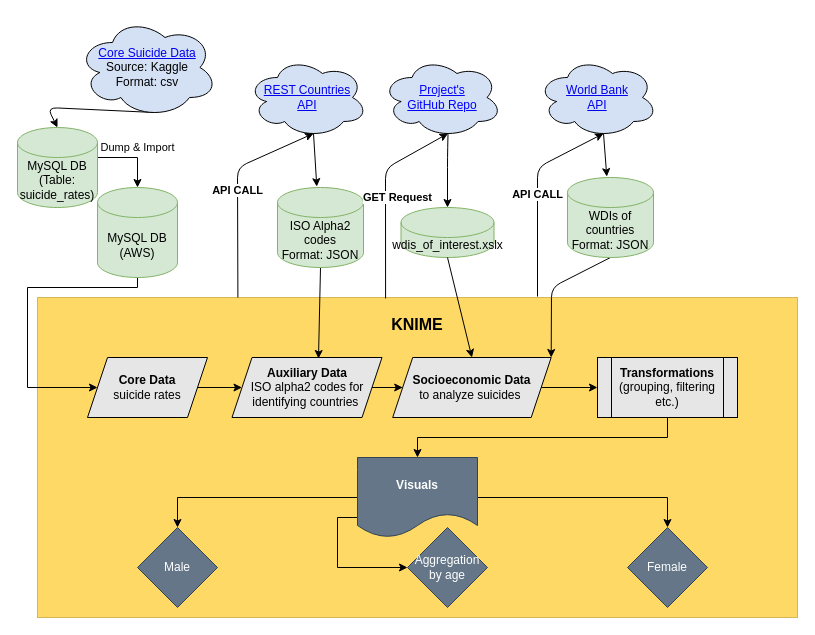
The draw.io diagram visuals/gdfo.drawio in dgulacsy/DE2_Term_Project, before the edit. Source tidied: cells renumbered, new cells numbered last; positions are measured from the earlier drawing's top-left corner, leaving out a move shared by most shapes. Both pictures are drawn from the tidied source at 100%, with x=0, y=0 at pixel (17, 17).
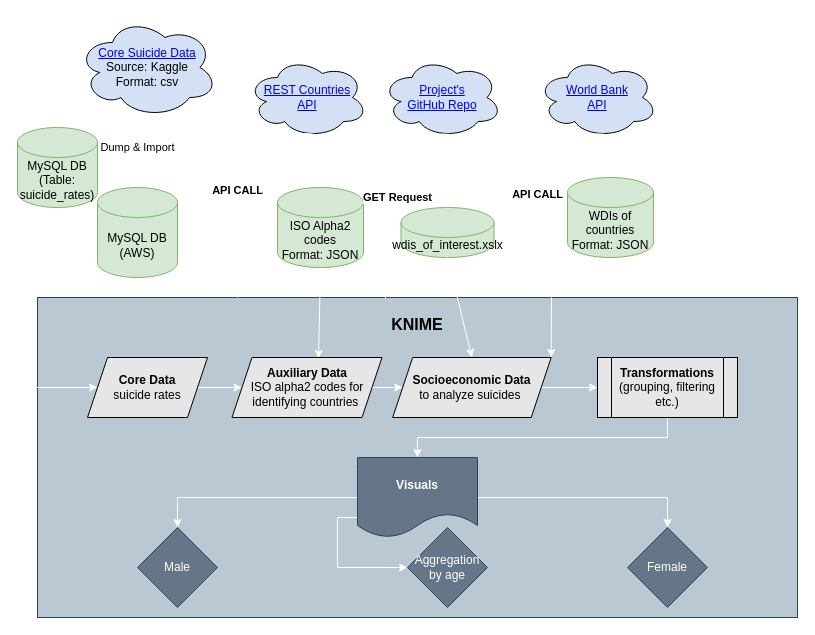
The same page after the edit.

Unchanged cells that the change refers to:
```xml
<mxCell id="4" value="MySQL DB&lt;br&gt;(Table: suicide_rates)" style="shape=cylinder3;whiteSpace=wrap;html=1;boundedLbl=1;backgroundOutline=1;size=15;fillColor=#d5e8d4;strokeColor=#82b366;" parent="1" vertex="1">
  <mxGeometry y="110" width="80" height="80" as="geometry" />
</mxCell>
<mxCell id="6" value="&lt;a href=&quot;data:page/id,C5RBs43oDa-KdzZeNtuy&quot;&gt;REST Countries&lt;br&gt;API&lt;/a&gt;" style="ellipse;shape=cloud;whiteSpace=wrap;html=1;fillColor=#D4E1F5;fontColor=#0000FF;" parent="1" vertex="1">
  <mxGeometry x="230" y="40" width="120" height="80" as="geometry" />
</mxCell>
<mxCell id="9" value="ISO Alpha2 codes&lt;br&gt;Format: JSON" style="shape=cylinder3;whiteSpace=wrap;html=1;boundedLbl=1;backgroundOutline=1;size=15;fillColor=#d5e8d4;strokeColor=#82b366;" parent="1" vertex="1">
  <mxGeometry x="260" y="170" width="86" height="80" as="geometry" />
</mxCell>
<mxCell id="12" value="&lt;b&gt;Core Data&lt;/b&gt;&lt;br&gt;suicide rates" style="shape=parallelogram;perimeter=parallelogramPerimeter;whiteSpace=wrap;html=1;fixedSize=1;labelBackgroundColor=none;fillColor=#E6E6E6;" parent="1" vertex="1">
  <mxGeometry x="70" y="340" width="120" height="60" as="geometry" />
</mxCell>
<mxCell id="14" value="&lt;b&gt;Auxiliary Data&lt;br&gt;&lt;/b&gt;ISO alpha2 codes for identifying countries&amp;nbsp;" style="shape=parallelogram;perimeter=parallelogramPerimeter;whiteSpace=wrap;html=1;fixedSize=1;labelBackgroundColor=none;fillColor=#E6E6E6;" parent="1" vertex="1">
  <mxGeometry x="214.5" y="340" width="150" height="60" as="geometry" />
</mxCell>
<mxCell id="16" value="&lt;b&gt;Socioeconomic Data&lt;br&gt;&lt;/b&gt;&lt;span&gt;to analyze suicides&amp;nbsp;&lt;/span&gt;" style="shape=parallelogram;perimeter=parallelogramPerimeter;whiteSpace=wrap;html=1;fixedSize=1;labelBackgroundColor=none;fillColor=#E6E6E6;" parent="1" vertex="1">
  <mxGeometry x="375.2" y="340" width="158.5" height="60" as="geometry" />
</mxCell>
<mxCell id="17" value="&lt;a href=&quot;https://datahelpdesk.worldbank.org/knowledgebase/articles/889392-about-the-indicators-api-documentation&quot;&gt;World Bank&lt;br&gt;API&lt;/a&gt;" style="ellipse;shape=cloud;whiteSpace=wrap;html=1;fillColor=#D4E1F5;fontColor=#0000FF;" parent="1" vertex="1">
  <mxGeometry x="520" y="40" width="120" height="80" as="geometry" />
</mxCell>
<mxCell id="20" value="WDIs of countries&lt;br&gt;Format: JSON" style="shape=cylinder3;whiteSpace=wrap;html=1;boundedLbl=1;backgroundOutline=1;size=15;fillColor=#d5e8d4;strokeColor=#82b366;" parent="1" vertex="1">
  <mxGeometry x="550" y="160" width="86" height="80" as="geometry" />
</mxCell>
<mxCell id="22" value="&lt;a href=&quot;https://www.kaggle.com/russellyates88/suicide-rates-overview-1985-to-2016&quot;&gt;Core Suicide Data&lt;br&gt;&lt;/a&gt;Source: Kaggle&lt;br&gt;Format: csv" style="ellipse;shape=cloud;whiteSpace=wrap;html=1;fillColor=#D4E1F5;" parent="1" vertex="1">
  <mxGeometry x="60" width="140" height="100" as="geometry" />
</mxCell>
<mxCell id="24" value="&lt;font color=&quot;#000000&quot;&gt;&lt;b&gt;Transformations&lt;/b&gt;&lt;br&gt;(grouping, filtering etc.)&lt;br&gt;&lt;/font&gt;" style="shape=process;whiteSpace=wrap;html=1;backgroundOutline=1;labelBackgroundColor=none;fontColor=#E6E6E6;fillColor=#E6E6E6;" parent="1" vertex="1">
  <mxGeometry x="580" y="340" width="140" height="60" as="geometry" />
</mxCell>
<mxCell id="26" value="MySQL DB&lt;br&gt;(AWS)" style="shape=cylinder3;whiteSpace=wrap;html=1;boundedLbl=1;backgroundOutline=1;size=15;fillColor=#d5e8d4;strokeColor=#82b366;" parent="1" vertex="1">
  <mxGeometry x="80" y="170" width="80" height="90" as="geometry" />
</mxCell>
<mxCell id="30" value="&lt;b&gt;Visuals&lt;/b&gt;" style="shape=document;whiteSpace=wrap;html=1;boundedLbl=1;fillColor=#647687;strokeColor=#314354;fontColor=#ffffff;" parent="1" vertex="1">
  <mxGeometry x="340" y="440" width="120" height="80" as="geometry" />
</mxCell>
<mxCell id="31" value="Male" style="rhombus;whiteSpace=wrap;html=1;fillColor=#647687;strokeColor=#314354;fontColor=#ffffff;" parent="1" vertex="1">
  <mxGeometry x="120" y="510" width="80" height="80" as="geometry" />
</mxCell>
<mxCell id="32" value="Aggregation&lt;br&gt;by age" style="rhombus;whiteSpace=wrap;html=1;fillColor=#647687;strokeColor=#314354;fontColor=#ffffff;" parent="1" vertex="1">
  <mxGeometry x="390" y="510" width="80" height="80" as="geometry" />
</mxCell>
<mxCell id="33" value="Female" style="rhombus;whiteSpace=wrap;html=1;fillColor=#647687;strokeColor=#314354;fontColor=#ffffff;" parent="1" vertex="1">
  <mxGeometry x="610" y="510" width="80" height="80" as="geometry" />
</mxCell>
<mxCell id="34" value="&lt;u&gt;&lt;font&gt;Project's&lt;br&gt;GitHub Repo&lt;/font&gt;&lt;/u&gt;" style="ellipse;shape=cloud;whiteSpace=wrap;html=1;fillColor=#D4E1F5;fontColor=#0000FF;" parent="1" vertex="1">
  <mxGeometry x="364.5" y="40" width="120" height="80" as="geometry" />
</mxCell>
<mxCell id="35" value="wdis_of_interest.xslx" style="shape=cylinder3;whiteSpace=wrap;html=1;boundedLbl=1;backgroundOutline=1;size=15;fillColor=#d5e8d4;strokeColor=#82b366;" parent="1" vertex="1">
  <mxGeometry x="383.5" y="190" width="93" height="50" as="geometry" />
</mxCell>
```

Diff of the diagram source:
```diff
@@
-    <mxCell id="2" value="&lt;h2 style=&quot;font-size: 16px ; line-height: 100%&quot;&gt;KNIME&lt;/h2&gt;" style="rounded=0;whiteSpace=wrap;html=1;align=center;horizontal=1;verticalAlign=top;labelBackgroundColor=none;strokeColor=#d6b656;fillColor=#FFD966;" parent="1" vertex="1">
+    <mxCell id="2" value="&lt;h2 style=&quot;font-size: 16px ; line-height: 100%&quot;&gt;KNIME&lt;/h2&gt;" style="rounded=0;whiteSpace=wrap;html=1;align=center;horizontal=1;verticalAlign=top;labelBackgroundColor=none;strokeColor=#23445d;fillColor=#bac8d3;" parent="1" vertex="1">
       <mxGeometry x="20" y="280" width="760" height="320" as="geometry" />
     </mxCell>
-    <mxCell id="3" value="Dump &amp;amp; Import" style="edgeStyle=orthogonalEdgeStyle;rounded=0;jettySize=auto;html=1;entryX=0.5;entryY=0;entryDx=0;entryDy=0;entryPerimeter=0;" parent="1" edge="1" source="4" target="26">
+    <mxCell id="3" value="Dump &amp;amp; Import" style="edgeStyle=orthogonalEdgeStyle;rounded=0;jettySize=auto;html=1;entryX=0.5;entryY=0;entryDx=0;entryDy=0;entryPerimeter=0;strokeColor=#FFFFFF;" parent="1" edge="1" source="4" target="26">
       <mxGeometry x="0.14" y="-10" relative="1" as="geometry">
         <Array as="points">
           <mxPoint x="120" y="140" />
         </Array>
         <mxPoint x="10" y="-10" as="offset" />
       </mxGeometry>
     </mxCell>
@@
-    <mxCell id="5" style="endArrow=classic;html=1;entryX=0.5;entryY=0;entryDx=0;entryDy=0;entryPerimeter=0;exitX=0.55;exitY=0.95;exitDx=0;exitDy=0;exitPerimeter=0;" parent="1" edge="1" source="22" target="4">
+    <mxCell id="5" style="endArrow=classic;html=1;entryX=0.5;entryY=0;entryDx=0;entryDy=0;entryPerimeter=0;exitX=0.55;exitY=0.95;exitDx=0;exitDy=0;exitPerimeter=0;strokeColor=#FFFFFF;" parent="1" edge="1" source="22" target="4">
       <mxGeometry relative="1" as="geometry">
         <Array as="points">
           <mxPoint x="30" y="90" />
         </Array>
       </mxGeometry>
     </mxCell>
@@
-    <mxCell id="7" style="endArrow=classic;html=1;exitX=0.5;exitY=1;exitDx=0;exitDy=0;exitPerimeter=0;" parent="1" edge="1" source="9">
+    <mxCell id="7" style="endArrow=classic;html=1;exitX=0.5;exitY=1;exitDx=0;exitDy=0;exitPerimeter=0;strokeColor=#FFFFFF;" parent="1" edge="1" source="9">
       <mxGeometry relative="1" as="geometry">
         <mxPoint x="301" y="341" as="targetPoint" />
       </mxGeometry>
     </mxCell>
-    <mxCell id="8" value="&lt;b&gt;API CALL&lt;/b&gt;" style="endArrow=classic;html=1;entryX=0.55;entryY=0.95;entryDx=0;entryDy=0;entryPerimeter=0;exitX=0.211;exitY=0;exitDx=0;exitDy=0;exitPerimeter=0;" parent="1" edge="1" target="6">
+    <mxCell id="8" value="&lt;b&gt;API CALL&lt;/b&gt;" style="endArrow=classic;html=1;entryX=0.55;entryY=0.95;entryDx=0;entryDy=0;entryPerimeter=0;exitX=0.211;exitY=0;exitDx=0;exitDy=0;exitPerimeter=0;strokeColor=#FFFFFF;" parent="1" edge="1" target="6">
       <mxGeometry relative="1" as="geometry">
         <mxPoint x="220.4" y="280" as="sourcePoint" />
         <Array as="points">
           <mxPoint x="220" y="150" />
         </Array>
       </mxGeometry>
     </mxCell>
@@
-    <mxCell id="10" style="endArrow=classic;html=1;exitX=0.55;exitY=0.95;exitDx=0;exitDy=0;exitPerimeter=0;entryX=0.457;entryY=-0.011;entryDx=0;entryDy=0;entryPerimeter=0;" parent="1" edge="1" source="6" target="9">
+    <mxCell id="10" style="endArrow=classic;html=1;exitX=0.55;exitY=0.95;exitDx=0;exitDy=0;exitPerimeter=0;entryX=0.457;entryY=-0.011;entryDx=0;entryDy=0;entryPerimeter=0;strokeColor=#FFFFFF;" parent="1" edge="1" source="6" target="9">
       <mxGeometry relative="1" as="geometry" />
     </mxCell>
-    <mxCell id="11" style="edgeStyle=orthogonalEdgeStyle;rounded=0;jettySize=auto;html=1;" parent="1" edge="1" source="12" target="14">
+    <mxCell id="11" style="edgeStyle=orthogonalEdgeStyle;rounded=0;jettySize=auto;html=1;strokeColor=#FFFFFF;" parent="1" edge="1" source="12" target="14">
       <mxGeometry relative="1" as="geometry" />
     </mxCell>
@@
-    <mxCell id="13" style="edgeStyle=orthogonalEdgeStyle;rounded=0;jettySize=auto;html=1;" parent="1" edge="1" source="14" target="16">
+    <mxCell id="13" style="edgeStyle=orthogonalEdgeStyle;rounded=0;jettySize=auto;html=1;strokeColor=#FFFFFF;" parent="1" edge="1" source="14" target="16">
       <mxGeometry relative="1" as="geometry" />
     </mxCell>
@@
-    <mxCell id="15" style="edgeStyle=orthogonalEdgeStyle;rounded=0;jettySize=auto;html=1;fontColor=#E6E6E6;" parent="1" edge="1" source="16" target="24">
+    <mxCell id="15" style="edgeStyle=orthogonalEdgeStyle;rounded=0;jettySize=auto;html=1;fontColor=#E6E6E6;strokeColor=#FFFFFF;" parent="1" edge="1" source="16" target="24">
       <mxGeometry relative="1" as="geometry" />
     </mxCell>
@@
-    <mxCell id="18" style="endArrow=classic;html=1;exitX=0.5;exitY=1;exitDx=0;exitDy=0;exitPerimeter=0;entryX=1;entryY=0;entryDx=0;entryDy=0;" parent="1" edge="1" source="20" target="16">
+    <mxCell id="18" style="endArrow=classic;html=1;exitX=0.5;exitY=1;exitDx=0;exitDy=0;exitPerimeter=0;entryX=1;entryY=0;entryDx=0;entryDy=0;strokeColor=#FFFFFF;" parent="1" edge="1" source="20" target="16">
       <mxGeometry relative="1" as="geometry">
         <Array as="points">
           <mxPoint x="534" y="270" />
         </Array>
       </mxGeometry>
     </mxCell>
-    <mxCell id="19" value="&lt;b&gt;API CALL&lt;/b&gt;" style="endArrow=classic;html=1;entryX=0.55;entryY=0.95;entryDx=0;entryDy=0;entryPerimeter=0;" parent="1" edge="1" target="17">
+    <mxCell id="19" value="&lt;b&gt;API CALL&lt;/b&gt;" style="endArrow=classic;html=1;entryX=0.55;entryY=0.95;entryDx=0;entryDy=0;entryPerimeter=0;strokeColor=#FFFFFF;" parent="1" edge="1" target="17">
       <mxGeometry relative="1" as="geometry">
         <mxPoint x="520" y="279" as="sourcePoint" />
         <Array as="points">
           <mxPoint x="520" y="150" />
         </Array>
       </mxGeometry>
     </mxCell>
@@
-    <mxCell id="21" style="endArrow=classic;html=1;exitX=0.55;exitY=0.95;exitDx=0;exitDy=0;exitPerimeter=0;entryX=0.457;entryY=-0.011;entryDx=0;entryDy=0;entryPerimeter=0;" parent="1" edge="1" source="17" target="20">
+    <mxCell id="21" style="endArrow=classic;html=1;exitX=0.55;exitY=0.95;exitDx=0;exitDy=0;exitPerimeter=0;entryX=0.457;entryY=-0.011;entryDx=0;entryDy=0;entryPerimeter=0;strokeColor=#FFFFFF;" parent="1" edge="1" source="17" target="20">
       <mxGeometry relative="1" as="geometry" />
     </mxCell>
@@
-    <mxCell id="23" style="edgeStyle=orthogonalEdgeStyle;rounded=0;jettySize=auto;html=1;exitX=0.5;exitY=1;exitDx=0;exitDy=0;entryX=0.5;entryY=0;entryDx=0;entryDy=0;" parent="1" edge="1" source="24" target="30">
+    <mxCell id="23" style="edgeStyle=orthogonalEdgeStyle;rounded=0;jettySize=auto;html=1;exitX=0.5;exitY=1;exitDx=0;exitDy=0;entryX=0.5;entryY=0;entryDx=0;entryDy=0;strokeColor=#FFFFFF;" parent="1" edge="1" source="24" target="30">
       <mxGeometry relative="1" as="geometry" />
     </mxCell>
@@
-    <mxCell id="25" style="edgeStyle=orthogonalEdgeStyle;rounded=0;jettySize=auto;html=1;exitX=0.5;exitY=1;exitDx=0;exitDy=0;exitPerimeter=0;entryX=0;entryY=0.5;entryDx=0;entryDy=0;" parent="1" edge="1" source="26" target="12">
+    <mxCell id="25" style="edgeStyle=orthogonalEdgeStyle;rounded=0;jettySize=auto;html=1;exitX=0.5;exitY=1;exitDx=0;exitDy=0;exitPerimeter=0;entryX=0;entryY=0.5;entryDx=0;entryDy=0;strokeColor=#FFFFFF;" parent="1" edge="1" source="26" target="12">
       <mxGeometry relative="1" as="geometry">
         <Array as="points">
           <mxPoint x="120" y="270" />
           <mxPoint x="10" y="270" />
           <mxPoint x="10" y="370" />
         </Array>
       </mxGeometry>
     </mxCell>
@@
-    <mxCell id="27" style="edgeStyle=orthogonalEdgeStyle;rounded=0;jettySize=auto;html=1;exitX=0;exitY=0.5;exitDx=0;exitDy=0;entryX=0.5;entryY=0;entryDx=0;entryDy=0;" parent="1" edge="1" source="30" target="31">
+    <mxCell id="27" style="edgeStyle=orthogonalEdgeStyle;rounded=0;jettySize=auto;html=1;exitX=0;exitY=0.5;exitDx=0;exitDy=0;entryX=0.5;entryY=0;entryDx=0;entryDy=0;strokeColor=#FFFFFF;" parent="1" edge="1" source="30" target="31">
       <mxGeometry relative="1" as="geometry" />
     </mxCell>
-    <mxCell id="28" style="edgeStyle=orthogonalEdgeStyle;rounded=0;jettySize=auto;html=1;exitX=1;exitY=0.5;exitDx=0;exitDy=0;entryX=0.5;entryY=0;entryDx=0;entryDy=0;" parent="1" edge="1" source="30" target="33">
+    <mxCell id="28" style="edgeStyle=orthogonalEdgeStyle;rounded=0;jettySize=auto;html=1;exitX=1;exitY=0.5;exitDx=0;exitDy=0;entryX=0.5;entryY=0;entryDx=0;entryDy=0;strokeColor=#FFFFFF;" parent="1" edge="1" source="30" target="33">
       <mxGeometry relative="1" as="geometry" />
     </mxCell>
-    <mxCell id="29" style="edgeStyle=orthogonalEdgeStyle;rounded=0;jettySize=auto;html=1;exitX=0;exitY=0.75;exitDx=0;exitDy=0;entryX=0;entryY=0.5;entryDx=0;entryDy=0;" parent="1" edge="1" source="30" target="32">
+    <mxCell id="29" style="edgeStyle=orthogonalEdgeStyle;rounded=0;jettySize=auto;html=1;exitX=0;exitY=0.75;exitDx=0;exitDy=0;entryX=0;entryY=0.5;entryDx=0;entryDy=0;strokeColor=#FFFFFF;" parent="1" edge="1" source="30" target="32">
       <mxGeometry relative="1" as="geometry" />
     </mxCell>
@@
-    <mxCell id="36" style="endArrow=classic;html=1;exitX=0.55;exitY=0.95;exitDx=0;exitDy=0;exitPerimeter=0;entryX=0.5;entryY=0;entryDx=0;entryDy=0;entryPerimeter=0;" parent="1" edge="1" source="34" target="35">
+    <mxCell id="36" style="endArrow=classic;html=1;exitX=0.55;exitY=0.95;exitDx=0;exitDy=0;exitPerimeter=0;entryX=0.5;entryY=0;entryDx=0;entryDy=0;entryPerimeter=0;strokeColor=#FFFFFF;" parent="1" edge="1" source="34" target="35">
       <mxGeometry relative="1" as="geometry">
         <Array as="points">
           <mxPoint x="430" y="140" />
         </Array>
       </mxGeometry>
     </mxCell>
-    <mxCell id="37" style="endArrow=classic;html=1;exitX=0.5;exitY=1;exitDx=0;exitDy=0;exitPerimeter=0;entryX=0.5;entryY=0;entryDx=0;entryDy=0;" parent="1" edge="1" source="35" target="16">
+    <mxCell id="37" style="endArrow=classic;html=1;exitX=0.5;exitY=1;exitDx=0;exitDy=0;exitPerimeter=0;entryX=0.5;entryY=0;entryDx=0;entryDy=0;strokeColor=#FFFFFF;" parent="1" edge="1" source="35" target="16">
       <mxGeometry relative="1" as="geometry" />
     </mxCell>
-    <mxCell id="38" value="&lt;b&gt;GET Request&lt;/b&gt;" style="endArrow=classic;html=1;entryX=0.55;entryY=0.95;entryDx=0;entryDy=0;entryPerimeter=0;exitX=0.458;exitY=0.003;exitDx=0;exitDy=0;exitPerimeter=0;" parent="1" edge="1" source="2" target="34">
+    <mxCell id="38" value="&lt;b&gt;GET Request&lt;/b&gt;" style="endArrow=classic;html=1;entryX=0.55;entryY=0.95;entryDx=0;entryDy=0;entryPerimeter=0;exitX=0.458;exitY=0.003;exitDx=0;exitDy=0;exitPerimeter=0;strokeColor=#FFFFFF;" parent="1" edge="1" source="2" target="34">
       <mxGeometry y="-12" relative="1" as="geometry">
         <Array as="points">
           <mxPoint x="368" y="151" />
         </Array>
       </mxGeometry>
     </mxCell>
```
